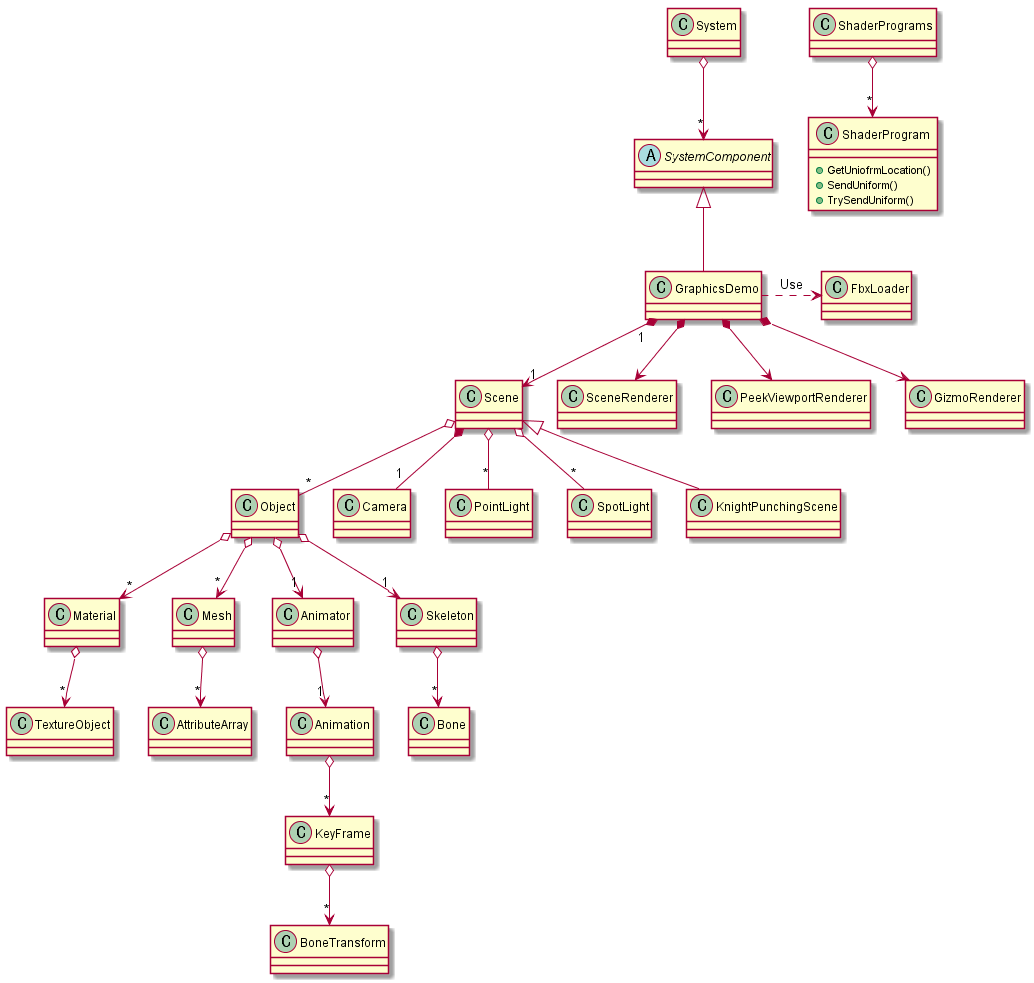
This is Documentation/Diagram.png from kg1992/GraphicsDemo, a PlantUML export, as it was before one commit.
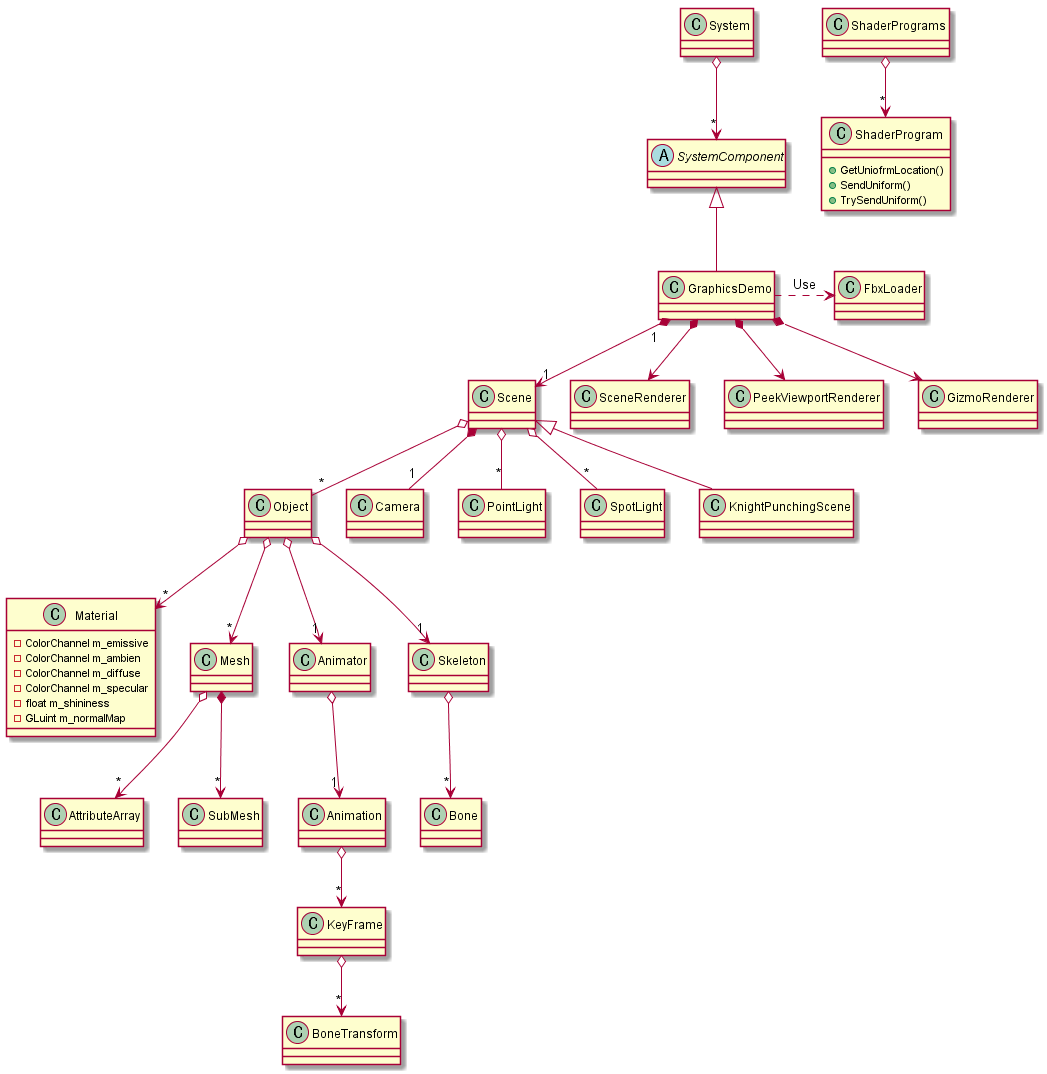
The same file after the commit.

Diff of the diagram source:
```diff
@@ -3,7 +3,14 @@
 class System
 abstract class SystemComponent
 class GraphicsDemo
-class Material
+class Material {
+	- ColorChannel m_emissive
+	- ColorChannel m_ambien
+	- ColorChannel m_diffuse
+	- ColorChannel m_specular
+	- float m_shininess
+	- GLuint m_normalMap
+}
 class Object
 class Mesh
 class Animator
@@ -25,7 +32,6 @@
 class Animation
 class KeyFrame
 class BoneTransform
-class TextureObject
 
 System o--> "*" SystemComponent
 SystemComponent <|-- GraphicsDemo
@@ -42,8 +48,6 @@
 Object o--> "*" Mesh
 Object o--> "1" Skeleton
 
-Material o--> "*" TextureObject
-
 Scene o-- "*" Object
 Scene o-- "*" PointLight
 Scene o-- "*" SpotLight
@@ -51,6 +55,7 @@
 Scene <|-- KnightPunchingScene
 
 Mesh o--> "*" AttributeArray
+Mesh *--> "*" SubMesh
 
 Animator o--> "1" Animation
 Animation o--> "*" KeyFrame
```
